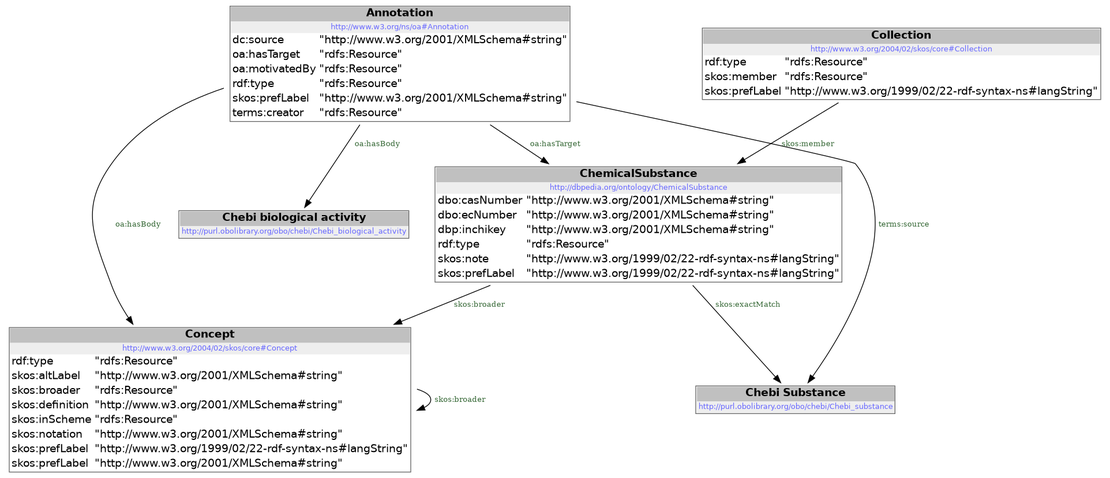
milieuinfo/RIE-IEPR keeps this Graphviz diagram as documentatie/datamodel/archief/model.png. Above is the earlier version. Its source is kept beside it as documentatie/datamodel/archief/model.dot.
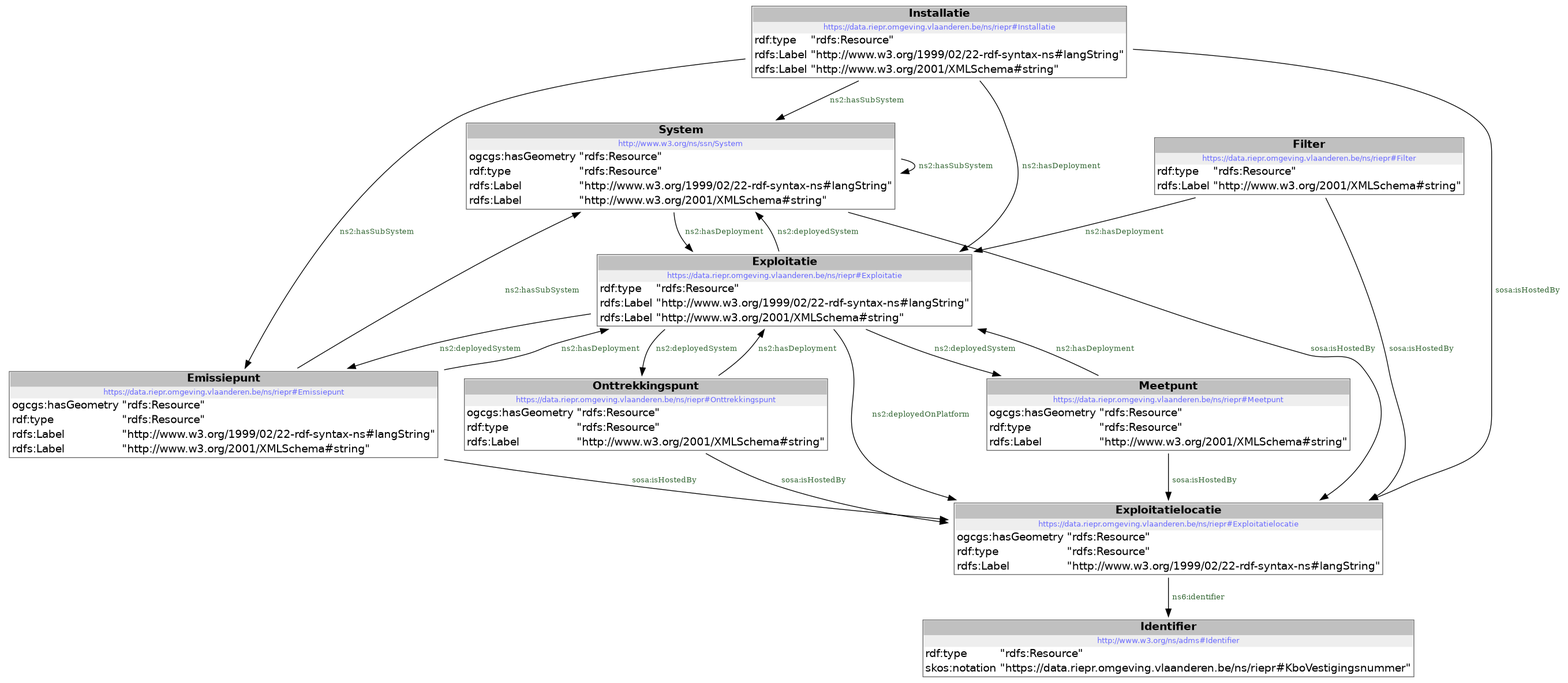
The same file after the commit.

What changed in the source:
```diff
@@ -1,17 +1,34 @@
 digraph {
  node [ fontname="DejaVu Sans" ] ;
-	node0 -> node1 [ color=BLACK, label=< <font point-size='10' color='#336633'>skos:broader</font> > ] ;
-	node3 -> node0 [ color=BLACK, label=< <font point-size='10' color='#336633'>oa:hasTarget</font> > ] ;
-	node3 -> node1 [ color=BLACK, label=< <font point-size='10' color='#336633'>oa:hasBody</font> > ] ;
-	node2 -> node2 [ color=BLACK, label=< <font point-size='10' color='#336633'>rdfs:subClassOf</font> > ] ;
-	node4 -> node0 [ color=BLACK, label=< <font point-size='10' color='#336633'>skos:member</font> > ] ;
-	node0 -> node2 [ color=BLACK, label=< <font point-size='10' color='#336633'>skos:exactMatch</font> > ] ;
-	node3 -> node2 [ color=BLACK, label=< <font point-size='10' color='#336633'>oa:hasBody</font> > ] ;
-	node3 -> node2 [ color=BLACK, label=< <font point-size='10' color='#336633'>terms:source</font> > ] ;
-	node1 -> node1 [ color=BLACK, label=< <font point-size='10' color='#336633'>skos:broader</font> > ] ;
-node0 [ shape=none, color=black label=< <table color='#666666' cellborder='0' cellspacing='0' border='1'><tr><td colspan='2' bgcolor='grey'><B>ChemicalSubstance</B></td></tr><tr><td href='http://dbpedia.org/ontology/ChemicalSubstance' bgcolor='#eeeeee' colspan='2'><font point-size='10' color='#6666ff'>http://dbpedia.org/ontology/ChemicalSubstance</font></td></tr><tr><td align='left'>dbo:casNumber</td><td align='left'>&quot;http://www.w3.org/2001/XMLSchema#string&quot;</td></tr><tr><td align='left'>dbo:ecNumber</td><td align='left'>&quot;http://www.w3.org/2001/XMLSchema#string&quot;</td></tr><tr><td align='left'>dbp:inchikey</td><td align='left'>&quot;http://www.w3.org/2001/XMLSchema#string&quot;</td></tr><tr><td align='left'>rdf:type</td><td align='left'>&quot;rdfs:Resource&quot;</td></tr><tr><td align='left'>skos:note</td><td align='left'>&quot;http://www.w3.org/1999/02/22-rdf-syntax-ns#langString&quot;</td></tr><tr><td align='left'>skos:prefLabel</td><td align='left'>&quot;http://www.w3.org/1999/02/22-rdf-syntax-ns#langString&quot;</td></tr></table> > ]
-node1 [ shape=none, color=black label=< <table color='#666666' cellborder='0' cellspacing='0' border='1'><tr><td colspan='2' bgcolor='grey'><B>Concept</B></td></tr><tr><td href='http://www.w3.org/2004/02/skos/core#Concept' bgcolor='#eeeeee' colspan='2'><font point-size='10' color='#6666ff'>http://www.w3.org/2004/02/skos/core#Concept</font></td></tr><tr><td align='left'>rdf:type</td><td align='left'>&quot;rdfs:Resource&quot;</td></tr><tr><td align='left'>skos:altLabel</td><td align='left'>&quot;http://www.w3.org/2001/XMLSchema#string&quot;</td></tr><tr><td align='left'>skos:broader</td><td align='left'>&quot;rdfs:Resource&quot;</td></tr><tr><td align='left'>skos:definition</td><td align='left'>&quot;http://www.w3.org/2001/XMLSchema#string&quot;</td></tr><tr><td align='left'>skos:inScheme</td><td align='left'>&quot;rdfs:Resource&quot;</td></tr><tr><td align='left'>skos:notation</td><td align='left'>&quot;http://www.w3.org/2001/XMLSchema#string&quot;</td></tr><tr><td align='left'>skos:prefLabel</td><td align='left'>&quot;http://www.w3.org/1999/02/22-rdf-syntax-ns#langString&quot;</td></tr><tr><td align='left'>skos:prefLabel</td><td align='left'>&quot;http://www.w3.org/2001/XMLSchema#string&quot;</td></tr></table> > ]
-node2 [ shape=none, color=black label=< <table color='#666666' cellborder='0' cellspacing='0' border='1'><tr><td colspan='2' bgcolor='grey'><B>Class</B></td></tr><tr><td href='http://www.w3.org/2002/07/owl#Class' bgcolor='#eeeeee' colspan='2'><font point-size='10' color='#6666ff'>http://www.w3.org/2002/07/owl#Class</font></td></tr><tr><td align='left'>chemrof:charge</td><td align='left'>&quot;http://www.w3.org/2001/XMLSchema#integer&quot;</td></tr><tr><td align='left'>chemrof:generalized_empirical_formula</td><td align='left'>&quot;http://www.w3.org/2001/XMLSchema#string&quot;</td></tr><tr><td align='left'>chemrof:inchi_key_string</td><td align='left'>&quot;http://www.w3.org/2001/XMLSchema#string&quot;</td></tr><tr><td align='left'>chemrof:inchi_string</td><td align='left'>&quot;http://www.w3.org/2001/XMLSchema#string&quot;</td></tr><tr><td align='left'>chemrof:mass</td><td align='left'>&quot;http://www.w3.org/2001/XMLSchema#decimal&quot;</td></tr><tr><td align='left'>chemrof:monoisotopic_mass</td><td align='left'>&quot;http://www.w3.org/2001/XMLSchema#decimal&quot;</td></tr><tr><td align='left'>chemrof:smiles_string</td><td align='left'>&quot;http://www.w3.org/2001/XMLSchema#string&quot;</td></tr><tr><td align='left'>chemrof:wurcs_representation</td><td align='left'>&quot;http://www.w3.org/2001/XMLSchema#string&quot;</td></tr><tr><td align='left'>obo:IAO_0000115</td><td align='left'>&quot;http://www.w3.org/2001/XMLSchema#string&quot;</td></tr><tr><td align='left'>oboInOwl:hasAlternativeId</td><td align='left'>&quot;http://www.w3.org/2001/XMLSchema#string&quot;</td></tr><tr><td align='left'>oboInOwl:hasDbXref</td><td align='left'>&quot;http://www.w3.org/2001/XMLSchema#string&quot;</td></tr><tr><td align='left'>oboInOwl:hasExactSynonym</td><td align='left'>&quot;http://www.w3.org/2001/XMLSchema#string&quot;</td></tr><tr><td align='left'>oboInOwl:hasOBONamespace</td><td align='left'>&quot;http://www.w3.org/2001/XMLSchema#string&quot;</td></tr><tr><td align='left'>oboInOwl:hasRelatedSynonym</td><td align='left'>&quot;http://www.w3.org/2001/XMLSchema#string&quot;</td></tr><tr><td align='left'>oboInOwl:id</td><td align='left'>&quot;http://www.w3.org/2001/XMLSchema#string&quot;</td></tr><tr><td align='left'>oboInOwl:inSubset</td><td align='left'>&quot;rdfs:Resource&quot;</td></tr><tr><td align='left'>rdf:type</td><td align='left'>&quot;rdfs:Resource&quot;</td></tr><tr><td align='left'>rdfs:Label</td><td align='left'>&quot;http://www.w3.org/2001/XMLSchema#string&quot;</td></tr><tr><td align='left'>rdfs:subClassOf</td><td align='left'>&quot;rdfs:Resource&quot;</td></tr></table> > ]
-node3 [ shape=none, color=black label=< <table color='#666666' cellborder='0' cellspacing='0' border='1'><tr><td colspan='2' bgcolor='grey'><B>Annotation</B></td></tr><tr><td href='http://www.w3.org/ns/oa#Annotation' bgcolor='#eeeeee' colspan='2'><font point-size='10' color='#6666ff'>http://www.w3.org/ns/oa#Annotation</font></td></tr><tr><td align='left'>dc:source</td><td align='left'>&quot;http://www.w3.org/2001/XMLSchema#string&quot;</td></tr><tr><td align='left'>oa:hasTarget</td><td align='left'>&quot;rdfs:Resource&quot;</td></tr><tr><td align='left'>oa:motivatedBy</td><td align='left'>&quot;rdfs:Resource&quot;</td></tr><tr><td align='left'>rdf:type</td><td align='left'>&quot;rdfs:Resource&quot;</td></tr><tr><td align='left'>skos:prefLabel</td><td align='left'>&quot;http://www.w3.org/2001/XMLSchema#string&quot;</td></tr><tr><td align='left'>terms:creator</td><td align='left'>&quot;rdfs:Resource&quot;</td></tr></table> > ]
-node4 [ shape=none, color=black label=< <table color='#666666' cellborder='0' cellspacing='0' border='1'><tr><td colspan='2' bgcolor='grey'><B>Collection</B></td></tr><tr><td href='http://www.w3.org/2004/02/skos/core#Collection' bgcolor='#eeeeee' colspan='2'><font point-size='10' color='#6666ff'>http://www.w3.org/2004/02/skos/core#Collection</font></td></tr><tr><td align='left'>rdf:type</td><td align='left'>&quot;rdfs:Resource&quot;</td></tr><tr><td align='left'>skos:member</td><td align='left'>&quot;rdfs:Resource&quot;</td></tr><tr><td align='left'>skos:prefLabel</td><td align='left'>&quot;http://www.w3.org/1999/02/22-rdf-syntax-ns#langString&quot;</td></tr></table> > ]
+	node1 -> node2 [ color=BLACK, label=< <font point-size='10' color='#336633'>sosa:isHostedBy</font> > ] ;
+	node0 -> node3 [ color=BLACK, label=< <font point-size='10' color='#336633'>ns2:deployedSystem</font> > ] ;
+	node4 -> node0 [ color=BLACK, label=< <font point-size='10' color='#336633'>ns2:hasDeployment</font> > ] ;
+	node0 -> node5 [ color=BLACK, label=< <font point-size='10' color='#336633'>ns2:deployedSystem</font> > ] ;
+	node5 -> node0 [ color=BLACK, label=< <font point-size='10' color='#336633'>ns2:hasDeployment</font> > ] ;
+	node5 -> node2 [ color=BLACK, label=< <font point-size='10' color='#336633'>sosa:isHostedBy</font> > ] ;
+	node1 -> node0 [ color=BLACK, label=< <font point-size='10' color='#336633'>ns2:hasDeployment</font> > ] ;
+	node0 -> node1 [ color=BLACK, label=< <font point-size='10' color='#336633'>ns2:deployedSystem</font> > ] ;
+	node2 -> node6 [ color=BLACK, label=< <font point-size='10' color='#336633'>ns6:identifier</font> > ] ;
+	node7 -> node8 [ color=BLACK, label=< <font point-size='10' color='#336633'>ns2:hasSubSystem</font> > ] ;
+	node7 -> node2 [ color=BLACK, label=< <font point-size='10' color='#336633'>sosa:isHostedBy</font> > ] ;
+	node7 -> node3 [ color=BLACK, label=< <font point-size='10' color='#336633'>ns2:hasSubSystem</font> > ] ;
+	node8 -> node3 [ color=BLACK, label=< <font point-size='10' color='#336633'>ns2:hasSubSystem</font> > ] ;
+	node3 -> node3 [ color=BLACK, label=< <font point-size='10' color='#336633'>ns2:hasSubSystem</font> > ] ;
+	node7 -> node0 [ color=BLACK, label=< <font point-size='10' color='#336633'>ns2:hasDeployment</font> > ] ;
+	node8 -> node2 [ color=BLACK, label=< <font point-size='10' color='#336633'>sosa:isHostedBy</font> > ] ;
+	node8 -> node0 [ color=BLACK, label=< <font point-size='10' color='#336633'>ns2:hasDeployment</font> > ] ;
+	node0 -> node2 [ color=BLACK, label=< <font point-size='10' color='#336633'>ns2:deployedOnPlatform</font> > ] ;
+	node4 -> node2 [ color=BLACK, label=< <font point-size='10' color='#336633'>sosa:isHostedBy</font> > ] ;
+	node3 -> node2 [ color=BLACK, label=< <font point-size='10' color='#336633'>sosa:isHostedBy</font> > ] ;
+	node0 -> node8 [ color=BLACK, label=< <font point-size='10' color='#336633'>ns2:deployedSystem</font> > ] ;
+	node3 -> node0 [ color=BLACK, label=< <font point-size='10' color='#336633'>ns2:hasDeployment</font> > ] ;
+node0 [ shape=none, color=black label=< <table color='#666666' cellborder='0' cellspacing='0' border='1'><tr><td colspan='2' bgcolor='grey'><B>Exploitatie</B></td></tr><tr><td href='https://data.riepr.omgeving.vlaanderen.be/ns/riepr#Exploitatie' bgcolor='#eeeeee' colspan='2'><font point-size='10' color='#6666ff'>https://data.riepr.omgeving.vlaanderen.be/ns/riepr#Exploitatie</font></td></tr><tr><td align='left'>rdf:type</td><td align='left'>&quot;rdfs:Resource&quot;</td></tr><tr><td align='left'>rdfs:Label</td><td align='left'>&quot;http://www.w3.org/1999/02/22-rdf-syntax-ns#langString&quot;</td></tr><tr><td align='left'>rdfs:Label</td><td align='left'>&quot;http://www.w3.org/2001/XMLSchema#string&quot;</td></tr></table> > ]
+node1 [ shape=none, color=black label=< <table color='#666666' cellborder='0' cellspacing='0' border='1'><tr><td colspan='2' bgcolor='grey'><B>Meetpunt</B></td></tr><tr><td href='https://data.riepr.omgeving.vlaanderen.be/ns/riepr#Meetpunt' bgcolor='#eeeeee' colspan='2'><font point-size='10' color='#6666ff'>https://data.riepr.omgeving.vlaanderen.be/ns/riepr#Meetpunt</font></td></tr><tr><td align='left'>ogcgs:hasGeometry</td><td align='left'>&quot;rdfs:Resource&quot;</td></tr><tr><td align='left'>rdf:type</td><td align='left'>&quot;rdfs:Resource&quot;</td></tr><tr><td align='left'>rdfs:Label</td><td align='left'>&quot;http://www.w3.org/2001/XMLSchema#string&quot;</td></tr></table> > ]
+node2 [ shape=none, color=black label=< <table color='#666666' cellborder='0' cellspacing='0' border='1'><tr><td colspan='2' bgcolor='grey'><B>Exploitatielocatie</B></td></tr><tr><td href='https://data.riepr.omgeving.vlaanderen.be/ns/riepr#Exploitatielocatie' bgcolor='#eeeeee' colspan='2'><font point-size='10' color='#6666ff'>https://data.riepr.omgeving.vlaanderen.be/ns/riepr#Exploitatielocatie</font></td></tr><tr><td align='left'>ogcgs:hasGeometry</td><td align='left'>&quot;rdfs:Resource&quot;</td></tr><tr><td align='left'>rdf:type</td><td align='left'>&quot;rdfs:Resource&quot;</td></tr><tr><td align='left'>rdfs:Label</td><td align='left'>&quot;http://www.w3.org/1999/02/22-rdf-syntax-ns#langString&quot;</td></tr></table> > ]
+node3 [ shape=none, color=black label=< <table color='#666666' cellborder='0' cellspacing='0' border='1'><tr><td colspan='2' bgcolor='grey'><B>System</B></td></tr><tr><td href='http://www.w3.org/ns/ssn/System' bgcolor='#eeeeee' colspan='2'><font point-size='10' color='#6666ff'>http://www.w3.org/ns/ssn/System</font></td></tr><tr><td align='left'>ogcgs:hasGeometry</td><td align='left'>&quot;rdfs:Resource&quot;</td></tr><tr><td align='left'>rdf:type</td><td align='left'>&quot;rdfs:Resource&quot;</td></tr><tr><td align='left'>rdfs:Label</td><td align='left'>&quot;http://www.w3.org/1999/02/22-rdf-syntax-ns#langString&quot;</td></tr><tr><td align='left'>rdfs:Label</td><td align='left'>&quot;http://www.w3.org/2001/XMLSchema#string&quot;</td></tr></table> > ]
+node4 [ shape=none, color=black label=< <table color='#666666' cellborder='0' cellspacing='0' border='1'><tr><td colspan='2' bgcolor='grey'><B>Filter</B></td></tr><tr><td href='https://data.riepr.omgeving.vlaanderen.be/ns/riepr#Filter' bgcolor='#eeeeee' colspan='2'><font point-size='10' color='#6666ff'>https://data.riepr.omgeving.vlaanderen.be/ns/riepr#Filter</font></td></tr><tr><td align='left'>rdf:type</td><td align='left'>&quot;rdfs:Resource&quot;</td></tr><tr><td align='left'>rdfs:Label</td><td align='left'>&quot;http://www.w3.org/2001/XMLSchema#string&quot;</td></tr></table> > ]
+node5 [ shape=none, color=black label=< <table color='#666666' cellborder='0' cellspacing='0' border='1'><tr><td colspan='2' bgcolor='grey'><B>Onttrekkingspunt</B></td></tr><tr><td href='https://data.riepr.omgeving.vlaanderen.be/ns/riepr#Onttrekkingspunt' bgcolor='#eeeeee' colspan='2'><font point-size='10' color='#6666ff'>https://data.riepr.omgeving.vlaanderen.be/ns/riepr#Onttrekkingspunt</font></td></tr><tr><td align='left'>ogcgs:hasGeometry</td><td align='left'>&quot;rdfs:Resource&quot;</td></tr><tr><td align='left'>rdf:type</td><td align='left'>&quot;rdfs:Resource&quot;</td></tr><tr><td align='left'>rdfs:Label</td><td align='left'>&quot;http://www.w3.org/2001/XMLSchema#string&quot;</td></tr></table> > ]
+node6 [ shape=none, color=black label=< <table color='#666666' cellborder='0' cellspacing='0' border='1'><tr><td colspan='2' bgcolor='grey'><B>Identifier</B></td></tr><tr><td href='http://www.w3.org/ns/adms#Identifier' bgcolor='#eeeeee' colspan='2'><font point-size='10' color='#6666ff'>http://www.w3.org/ns/adms#Identifier</font></td></tr><tr><td align='left'>rdf:type</td><td align='left'>&quot;rdfs:Resource&quot;</td></tr><tr><td align='left'>skos:notation</td><td align='left'>&quot;https://data.riepr.omgeving.vlaanderen.be/ns/riepr#KboVestigingsnummer&quot;</td></tr></table> > ]
+node7 [ shape=none, color=black label=< <table color='#666666' cellborder='0' cellspacing='0' border='1'><tr><td colspan='2' bgcolor='grey'><B>Installatie</B></td></tr><tr><td href='https://data.riepr.omgeving.vlaanderen.be/ns/riepr#Installatie' bgcolor='#eeeeee' colspan='2'><font point-size='10' color='#6666ff'>https://data.riepr.omgeving.vlaanderen.be/ns/riepr#Installatie</font></td></tr><tr><td align='left'>rdf:type</td><td align='left'>&quot;rdfs:Resource&quot;</td></tr><tr><td align='left'>rdfs:Label</td><td align='left'>&quot;http://www.w3.org/1999/02/22-rdf-syntax-ns#langString&quot;</td></tr><tr><td align='left'>rdfs:Label</td><td align='left'>&quot;http://www.w3.org/2001/XMLSchema#string&quot;</td></tr></table> > ]
+node8 [ shape=none, color=black label=< <table color='#666666' cellborder='0' cellspacing='0' border='1'><tr><td colspan='2' bgcolor='grey'><B>Emissiepunt</B></td></tr><tr><td href='https://data.riepr.omgeving.vlaanderen.be/ns/riepr#Emissiepunt' bgcolor='#eeeeee' colspan='2'><font point-size='10' color='#6666ff'>https://data.riepr.omgeving.vlaanderen.be/ns/riepr#Emissiepunt</font></td></tr><tr><td align='left'>ogcgs:hasGeometry</td><td align='left'>&quot;rdfs:Resource&quot;</td></tr><tr><td align='left'>rdf:type</td><td align='left'>&quot;rdfs:Resource&quot;</td></tr><tr><td align='left'>rdfs:Label</td><td align='left'>&quot;http://www.w3.org/1999/02/22-rdf-syntax-ns#langString&quot;</td></tr><tr><td align='left'>rdfs:Label</td><td align='left'>&quot;http://www.w3.org/2001/XMLSchema#string&quot;</td></tr></table> > ]
 }
```
